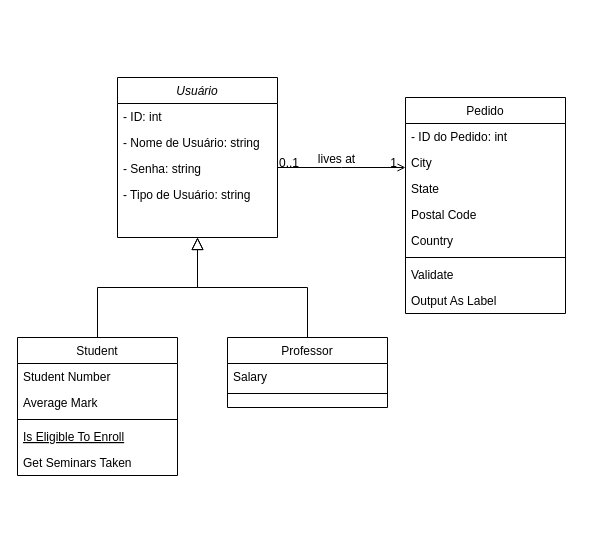
ArcanjoDaGuarda/AnjoProjetos keeps this draw.io diagram as DiagramaDeClasses.drawio. Above is the earlier version. Source tidied: cells renumbered, new cells numbered last; positions are measured from the earlier drawing's top-left corner, leaving out a move shared by most shapes. Both pictures are drawn from the tidied source at 100%, with x=0, y=0 at pixel (17, 77).
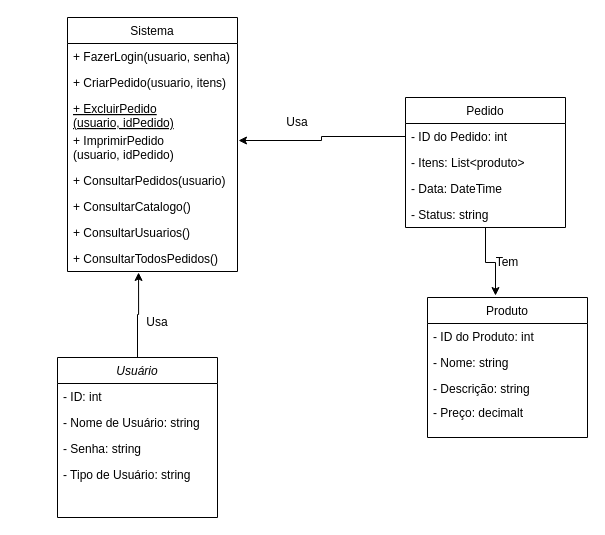
The same page after the edit.

The change refers to these unchanged cells:
```xml
<mxCell id="19" value="- ID do Pedido: int" style="text;align=left;verticalAlign=top;spacingLeft=4;spacingRight=4;overflow=hidden;points=[[0,0.5],[1,0.5]];portConstraint=eastwest;" parent="18" vertex="1">
  <mxGeometry y="26" width="160" height="26" as="geometry" />
</mxCell>
```

The edit, as a diff of the source:
```diff
@@
+    <mxCell id="31" style="edgeStyle=orthogonalEdgeStyle;rounded=0;jettySize=auto;html=1;entryX=0.418;entryY=1.038;entryDx=0;entryDy=0;entryPerimeter=0;" parent="1" edge="1" source="2" target="35">
+      <mxGeometry relative="1" as="geometry" />
+    </mxCell>
     <mxCell id="2" value="Usuário" style="swimlane;fontStyle=2;align=center;verticalAlign=top;horizontal=1;startSize=26;rounded=0;shadow=0;strokeWidth=1;" parent="1" vertex="1">
-      <mxGeometry x="100" width="160" height="160" as="geometry" />
+      <mxGeometry x="40" y="280" width="160" height="160" as="geometry" />
     </mxCell>
@@
-    <mxCell id="7" value="Student" style="swimlane;fontStyle=0;align=center;verticalAlign=top;horizontal=1;startSize=26;rounded=0;shadow=0;strokeWidth=1;" parent="1" vertex="1">
-      <mxGeometry y="260" width="160" height="138" as="geometry" />
+    <mxCell id="7" value="Sistema" style="swimlane;fontStyle=0;align=center;verticalAlign=top;horizontal=1;startSize=26;rounded=0;shadow=0;strokeWidth=1;" parent="1" vertex="1">
+      <mxGeometry x="50" y="-60" width="170" height="254" as="geometry" />
     </mxCell>
-    <mxCell id="8" value="Student Number" style="text;align=left;verticalAlign=top;spacingLeft=4;spacingRight=4;overflow=hidden;" parent="7" vertex="1">
-      <mxGeometry y="26" width="160" height="26" as="geometry" />
+    <mxCell id="8" value="+ FazerLogin(usuario, senha)" style="text;align=left;verticalAlign=top;spacingLeft=4;spacingRight=4;overflow=hidden;" parent="7" vertex="1">
+      <mxGeometry y="26" width="170" height="26" as="geometry" />
     </mxCell>
-    <mxCell id="9" value="Average Mark" style="text;align=left;verticalAlign=top;spacingLeft=4;spacingRight=4;overflow=hidden;rounded=0;shadow=0;html=0;" parent="7" vertex="1">
-      <mxGeometry y="52" width="160" height="26" as="geometry" />
+    <mxCell id="9" value="+ CriarPedido(usuario, itens)" style="text;align=left;verticalAlign=top;spacingLeft=4;spacingRight=4;overflow=hidden;rounded=0;shadow=0;html=0;" parent="7" vertex="1">
+      <mxGeometry y="52" width="170" height="26" as="geometry" />
     </mxCell>
-    <mxCell id="10" style="line;html=1;strokeWidth=1;align=left;verticalAlign=middle;spacingTop=-1;spacingLeft=3;spacingRight=3;labelPosition=right;" parent="7" vertex="1">
-      <mxGeometry y="78" width="160" height="8" as="geometry" />
-    </mxCell>
-    <mxCell id="11" value="Is Eligible To Enroll" style="text;align=left;verticalAlign=top;spacingLeft=4;spacingRight=4;overflow=hidden;fontStyle=4;" parent="7" vertex="1">
-      <mxGeometry y="86" width="160" height="26" as="geometry" />
+    <mxCell id="11" value="+ ExcluirPedido&#10;(usuario, idPedido)" style="text;align=left;verticalAlign=top;spacingLeft=4;spacingRight=4;overflow=hidden;fontStyle=4;" parent="7" vertex="1">
+      <mxGeometry y="78" width="170" height="32" as="geometry" />
     </mxCell>
-    <mxCell id="12" value="Get Seminars Taken" style="text;align=left;verticalAlign=top;spacingLeft=4;spacingRight=4;overflow=hidden;points=[[0,0.5],[1,0.5]];portConstraint=eastwest;" parent="7" vertex="1">
-      <mxGeometry y="112" width="160" height="26" as="geometry" />
+    <mxCell id="12" value="+ ImprimirPedido&#10;(usuario, idPedido)" style="text;align=left;verticalAlign=top;spacingLeft=4;spacingRight=4;overflow=hidden;points=[[0,0.5],[1,0.5]];portConstraint=eastwest;" parent="7" vertex="1">
+      <mxGeometry y="110" width="170" height="40" as="geometry" />
     </mxCell>
-    <mxCell id="13" style="endArrow=block;endSize=10;endFill=0;shadow=0;strokeWidth=1;rounded=0;edgeStyle=elbowEdgeStyle;elbow=vertical;" parent="1" edge="1" source="7" target="2">
-      <mxGeometry relative="1" as="geometry" />
-    </mxCell>
+    <mxCell id="32" value="+ ConsultarPedidos(usuario)" style="text;align=left;verticalAlign=top;spacingLeft=4;spacingRight=4;overflow=hidden;rounded=0;shadow=0;html=0;" parent="7" vertex="1">
+      <mxGeometry y="150" width="170" height="26" as="geometry" />
+    </mxCell>
+    <mxCell id="33" value="+ ConsultarCatalogo()" style="text;align=left;verticalAlign=top;spacingLeft=4;spacingRight=4;overflow=hidden;rounded=0;shadow=0;html=0;" parent="7" vertex="1">
+      <mxGeometry y="176" width="170" height="26" as="geometry" />
+    </mxCell>
+    <mxCell id="34" value="+ ConsultarUsuarios()" style="text;align=left;verticalAlign=top;spacingLeft=4;spacingRight=4;overflow=hidden;rounded=0;shadow=0;html=0;" parent="7" vertex="1">
+      <mxGeometry y="202" width="170" height="26" as="geometry" />
+    </mxCell>
+    <mxCell id="35" value="+ ConsultarTodosPedidos()" style="text;align=left;verticalAlign=top;spacingLeft=4;spacingRight=4;overflow=hidden;points=[[0,0.5],[1,0.5]];portConstraint=eastwest;rounded=0;shadow=0;html=0;" parent="7" vertex="1">
+      <mxGeometry y="228" width="170" height="26" as="geometry" />
+    </mxCell>
-    <mxCell id="14" value="Professor" style="swimlane;fontStyle=0;align=center;verticalAlign=top;horizontal=1;startSize=26;rounded=0;shadow=0;strokeWidth=1;" parent="1" vertex="1">
-      <mxGeometry x="210" y="260" width="160" height="70" as="geometry" />
+    <mxCell id="14" value="Produto" style="swimlane;fontStyle=0;align=center;verticalAlign=top;horizontal=1;startSize=26;rounded=0;shadow=0;strokeWidth=1;" parent="1" vertex="1">
+      <mxGeometry x="410" y="220" width="160" height="140" as="geometry" />
     </mxCell>
-    <mxCell id="15" value="Salary" style="text;align=left;verticalAlign=top;spacingLeft=4;spacingRight=4;overflow=hidden;" parent="14" vertex="1">
+    <mxCell id="15" value="- ID do Produto: int" style="text;align=left;verticalAlign=top;spacingLeft=4;spacingRight=4;overflow=hidden;" parent="14" vertex="1">
       <mxGeometry y="26" width="160" height="26" as="geometry" />
     </mxCell>
-    <mxCell id="16" style="line;html=1;strokeWidth=1;align=left;verticalAlign=middle;spacingTop=-1;spacingLeft=3;spacingRight=3;labelPosition=right;" parent="14" vertex="1">
-      <mxGeometry y="52" width="160" height="8" as="geometry" />
-    </mxCell>
-    <mxCell id="17" style="endArrow=block;endSize=10;endFill=0;shadow=0;strokeWidth=1;rounded=0;edgeStyle=elbowEdgeStyle;elbow=vertical;" parent="1" edge="1" source="14" target="2">
-      <mxGeometry relative="1" as="geometry" />
-    </mxCell>
+    <mxCell id="36" value="- Nome: string" style="text;align=left;verticalAlign=top;spacingLeft=4;spacingRight=4;overflow=hidden;" parent="14" vertex="1">
+      <mxGeometry y="52" width="160" height="26" as="geometry" />
+    </mxCell>
+    <mxCell id="37" value="- Descrição: string" style="text;align=left;verticalAlign=top;spacingLeft=4;spacingRight=4;overflow=hidden;" parent="14" vertex="1">
+      <mxGeometry y="78" width="160" height="24" as="geometry" />
+    </mxCell>
+    <mxCell id="38" value="- Preço: decimalt" style="text;align=left;verticalAlign=top;spacingLeft=4;spacingRight=4;overflow=hidden;" parent="14" vertex="1">
+      <mxGeometry y="102" width="160" height="26" as="geometry" />
+    </mxCell>
+    <mxCell id="39" style="edgeStyle=orthogonalEdgeStyle;rounded=0;jettySize=auto;html=1;entryX=0.425;entryY=-0.014;entryDx=0;entryDy=0;entryPerimeter=0;" parent="1" edge="1" source="18" target="14">
+      <mxGeometry relative="1" as="geometry" />
+    </mxCell>
     <mxCell id="18" value="Pedido" style="swimlane;fontStyle=0;align=center;verticalAlign=top;horizontal=1;startSize=26;rounded=0;shadow=0;strokeWidth=1;" parent="1" vertex="1">
-      <mxGeometry x="388" y="20" width="160" height="216" as="geometry" />
+      <mxGeometry x="388" y="20" width="160" height="130" as="geometry" />
     </mxCell>
@@
-    <mxCell id="20" value="City" style="text;align=left;verticalAlign=top;spacingLeft=4;spacingRight=4;overflow=hidden;rounded=0;shadow=0;html=0;" parent="18" vertex="1">
+    <mxCell id="20" value="- Itens: List&lt;produto&gt;" style="text;align=left;verticalAlign=top;spacingLeft=4;spacingRight=4;overflow=hidden;rounded=0;shadow=0;html=0;" parent="18" vertex="1">
       <mxGeometry y="52" width="160" height="26" as="geometry" />
     </mxCell>
-    <mxCell id="21" value="State" style="text;align=left;verticalAlign=top;spacingLeft=4;spacingRight=4;overflow=hidden;rounded=0;shadow=0;html=0;" parent="18" vertex="1">
+    <mxCell id="21" value="- Data: DateTime" style="text;align=left;verticalAlign=top;spacingLeft=4;spacingRight=4;overflow=hidden;rounded=0;shadow=0;html=0;" parent="18" vertex="1">
       <mxGeometry y="78" width="160" height="26" as="geometry" />
     </mxCell>
-    <mxCell id="22" value="Postal Code" style="text;align=left;verticalAlign=top;spacingLeft=4;spacingRight=4;overflow=hidden;rounded=0;shadow=0;html=0;" parent="18" vertex="1">
+    <mxCell id="22" value="- Status: string" style="text;align=left;verticalAlign=top;spacingLeft=4;spacingRight=4;overflow=hidden;rounded=0;shadow=0;html=0;" parent="18" vertex="1">
       <mxGeometry y="104" width="160" height="26" as="geometry" />
     </mxCell>
-    <mxCell id="23" value="Country" style="text;align=left;verticalAlign=top;spacingLeft=4;spacingRight=4;overflow=hidden;rounded=0;shadow=0;html=0;" parent="18" vertex="1">
-      <mxGeometry y="130" width="160" height="26" as="geometry" />
-    </mxCell>
-    <mxCell id="24" style="line;html=1;strokeWidth=1;align=left;verticalAlign=middle;spacingTop=-1;spacingLeft=3;spacingRight=3;labelPosition=right;" parent="18" vertex="1">
-      <mxGeometry y="156" width="160" height="8" as="geometry" />
-    </mxCell>
-    <mxCell id="25" value="Validate" style="text;align=left;verticalAlign=top;spacingLeft=4;spacingRight=4;overflow=hidden;" parent="18" vertex="1">
-      <mxGeometry y="164" width="160" height="26" as="geometry" />
-    </mxCell>
-    <mxCell id="26" value="Output As Label" style="text;align=left;verticalAlign=top;spacingLeft=4;spacingRight=4;overflow=hidden;" parent="18" vertex="1">
-      <mxGeometry y="190" width="160" height="26" as="geometry" />
-    </mxCell>
-    <mxCell id="27" style="endArrow=open;shadow=0;strokeWidth=1;rounded=0;endFill=1;edgeStyle=elbowEdgeStyle;elbow=vertical;" parent="1" edge="1" source="2" target="18">
-      <mxGeometry x="0.5" y="41" relative="1" as="geometry">
-        <mxPoint x="-40" y="32" as="offset" />
-      </mxGeometry>
-    </mxCell>
-    <mxCell id="28" value="0..1" style="align=left;verticalAlign=bottom;labelBackgroundColor=none;fontSize=12;" parent="27" vertex="1">
-      <mxGeometry x="-1" relative="1" as="geometry">
-        <mxPoint y="4" as="offset" />
-      </mxGeometry>
-    </mxCell>
-    <mxCell id="29" value="1" style="align=right;verticalAlign=bottom;labelBackgroundColor=none;fontSize=12;" parent="27" vertex="1">
-      <mxGeometry x="1" relative="1" as="geometry">
-        <mxPoint x="-7" y="4" as="offset" />
-      </mxGeometry>
-    </mxCell>
-    <mxCell id="30" value="lives at" style="text;html=1;align=center;verticalAlign=middle;labelBackgroundColor=none;rounded=0;shadow=0;strokeWidth=1;fontSize=12;" parent="27" vertex="1">
-      <mxGeometry x="0.5" y="49" relative="1" as="geometry">
-        <mxPoint x="-38" y="40" as="offset" />
-      </mxGeometry>
-    </mxCell>
+    <mxCell id="40" style="edgeStyle=orthogonalEdgeStyle;rounded=0;jettySize=auto;html=1;entryX=1.006;entryY=0.325;entryDx=0;entryDy=0;entryPerimeter=0;" parent="1" edge="1" source="19" target="12">
+      <mxGeometry relative="1" as="geometry" />
+    </mxCell>
+    <mxCell id="41" value="Usa" style="text;html=1;strokeColor=none;fillColor=none;align=center;verticalAlign=middle;whiteSpace=wrap;rounded=0;" parent="1" vertex="1">
+      <mxGeometry x="110" y="230" width="60" height="30" as="geometry" />
+    </mxCell>
+    <mxCell id="42" value="Tem" style="text;html=1;strokeColor=none;fillColor=none;align=center;verticalAlign=middle;whiteSpace=wrap;rounded=0;" parent="1" vertex="1">
+      <mxGeometry x="460" y="170" width="60" height="30" as="geometry" />
+    </mxCell>
+    <mxCell id="43" value="Usa" style="text;html=1;strokeColor=none;fillColor=none;align=center;verticalAlign=middle;whiteSpace=wrap;rounded=0;" parent="1" vertex="1">
+      <mxGeometry x="250" y="30" width="60" height="30" as="geometry" />
+    </mxCell>
```
